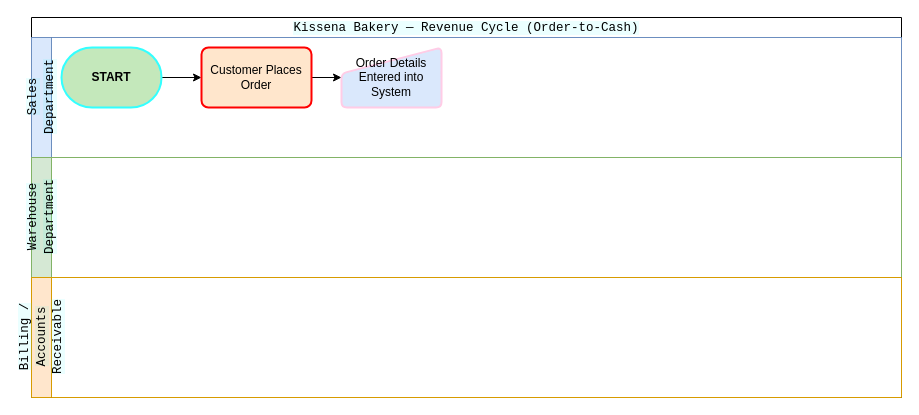
haydn3355/drawio keeps this draw.io diagram as Revenue_Cycle_Controls.drawio. Above is the earlier version. Source tidied: cells renumbered, new cells numbered last; positions are measured from the earlier drawing's top-left corner, leaving out a move shared by most shapes. Both pictures are drawn from the tidied source at 100%, with x=0, y=0 at pixel (31, 17).
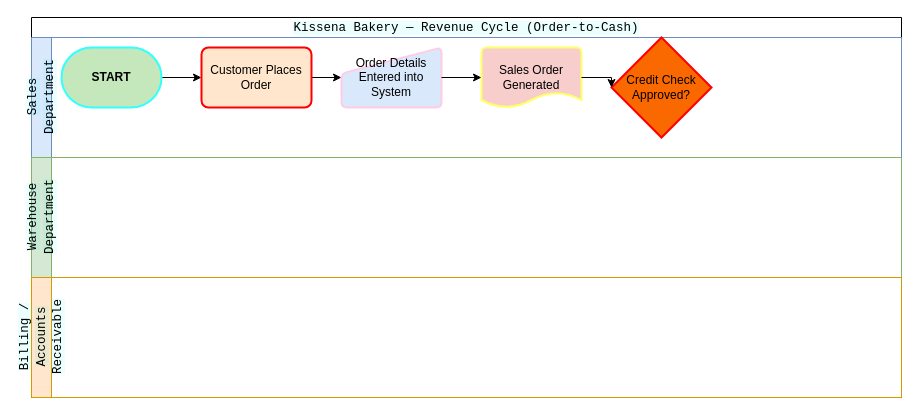
The same page after the edit.

The edit, as a diff of the source:
```diff
@@
 <mxGraphModel>
   <root>
     <mxCell id="0" />
     <mxCell id="1" parent="0" />
     <mxCell id="2" value="&lt;span style=&quot;font-family: &amp;quot;Share Tech Mono&amp;quot;, monospace; font-size: 12.512px; font-weight: 400; text-align: start; background-color: rgba(0, 245, 255, 0.08);&quot;&gt;&lt;font style=&quot;color: rgb(0, 0, 0);&quot;&gt;Kissena Bakery — Revenue Cycle (Order-to-Cash)&lt;/font&gt;&lt;/span&gt;" style="swimlane;html=1;horizontal=1;startSize=20;whiteSpace=wrap;" parent="1" vertex="1">
       <mxGeometry width="870" height="380" as="geometry" />
     </mxCell>
     <mxCell id="3" value="&lt;span style=&quot;font-family: &amp;quot;Share Tech Mono&amp;quot;, monospace; font-size: 12.512px; font-weight: 400; text-align: start; text-wrap-mode: wrap; background-color: rgba(0, 245, 255, 0.08);&quot;&gt;&lt;font style=&quot;color: rgb(0, 0, 0);&quot;&gt;Sales Department&lt;/font&gt;&lt;/span&gt;" style="swimlane;html=1;startSize=20;horizontal=0;fillColor=#dae8fc;strokeColor=#6c8ebf;" parent="2" vertex="1">
       <mxGeometry y="20" width="870" height="120" as="geometry" />
     </mxCell>
     <mxCell id="4" style="edgeStyle=orthogonalEdgeStyle;rounded=0;jettySize=auto;html=1;exitX=1;exitY=0.5;exitDx=0;exitDy=0;exitPerimeter=0;entryX=0;entryY=0.5;entryDx=0;entryDy=0;" parent="3" edge="1" source="5" target="7">
       <mxGeometry relative="1" as="geometry" />
     </mxCell>
     <mxCell id="5" value="&lt;b&gt;START&lt;/b&gt;" style="strokeWidth=2;html=1;shape=mxgraph.flowchart.terminator;whiteSpace=wrap;fillColor=#C4E8BB;strokeColor=#33FFFF;" parent="3" vertex="1">
       <mxGeometry x="30" y="10" width="100" height="60" as="geometry" />
     </mxCell>
     <mxCell id="6" style="edgeStyle=orthogonalEdgeStyle;rounded=0;jettySize=auto;html=1;exitX=1;exitY=0.5;exitDx=0;exitDy=0;entryX=0;entryY=0.5;entryDx=0;entryDy=0;" parent="3" edge="1" source="7" target="8">
       <mxGeometry relative="1" as="geometry" />
     </mxCell>
     <mxCell id="7" value="Customer Places Order" style="rounded=1;whiteSpace=wrap;html=1;absoluteArcSize=1;arcSize=14;strokeWidth=2;fillColor=#ffe6cc;strokeColor=#FF0000;" parent="3" vertex="1">
       <mxGeometry x="170" y="10" width="110" height="60" as="geometry" />
     </mxCell>
     <mxCell id="8" value="&lt;font&gt;Order Details Entered into System&lt;/font&gt;" style="html=1;strokeWidth=2;shape=manualInput;whiteSpace=wrap;rounded=1;size=26;arcSize=11;fillColor=#dae8fc;strokeColor=#FFCCE6;" parent="3" vertex="1">
       <mxGeometry x="310" y="10" width="100" height="60" as="geometry" />
     </mxCell>
+    <mxCell id="11" value="Sales Order Generated" style="strokeWidth=2;html=1;shape=mxgraph.flowchart.document2;whiteSpace=wrap;size=0.25;fillColor=#f8cecc;strokeColor=#FFFF66;" parent="3" vertex="1">
+      <mxGeometry x="450" y="10" width="100" height="60" as="geometry" />
+    </mxCell>
+    <mxCell id="12" style="edgeStyle=orthogonalEdgeStyle;rounded=0;jettySize=auto;html=1;exitX=1;exitY=0.5;exitDx=0;exitDy=0;entryX=0;entryY=0.5;entryDx=0;entryDy=0;entryPerimeter=0;" parent="3" edge="1" source="8" target="11">
+      <mxGeometry relative="1" as="geometry" />
+    </mxCell>
+    <mxCell id="13" value="Credit Check Approved?" style="strokeWidth=2;html=1;shape=mxgraph.flowchart.decision;whiteSpace=wrap;fillColor=#fa6800;fontColor=#000000;strokeColor=#FF0000;" parent="3" vertex="1">
+      <mxGeometry x="580" width="100" height="100" as="geometry" />
+    </mxCell>
+    <mxCell id="14" style="edgeStyle=orthogonalEdgeStyle;rounded=0;jettySize=auto;html=1;exitX=1;exitY=0.5;exitDx=0;exitDy=0;exitPerimeter=0;entryX=0;entryY=0.5;entryDx=0;entryDy=0;entryPerimeter=0;" parent="3" edge="1" source="11" target="13">
+      <mxGeometry relative="1" as="geometry" />
+    </mxCell>
     <mxCell id="9" value="&lt;span style=&quot;font-family: &amp;quot;Share Tech Mono&amp;quot;, monospace; font-size: 12.512px; font-weight: 400; text-align: start; text-wrap-mode: wrap; background-color: rgba(0, 245, 255, 0.08);&quot;&gt;&lt;font style=&quot;color: rgb(0, 0, 0);&quot;&gt;Warehouse Department&lt;/font&gt;&lt;/span&gt;" style="swimlane;html=1;startSize=20;horizontal=0;fillColor=#d5e8d4;strokeColor=#82b366;" parent="2" vertex="1">
       <mxGeometry y="140" width="870" height="120" as="geometry" />
     </mxCell>
     <mxCell id="10" value="&lt;span style=&quot;font-family: &amp;quot;Share Tech Mono&amp;quot;, monospace; font-size: 12.512px; font-weight: 400; text-align: start; text-wrap-mode: wrap; background-color: rgba(0, 245, 255, 0.08);&quot;&gt;&lt;font style=&quot;color: rgb(0, 0, 0);&quot;&gt;Billing / Accounts Receivable&lt;/font&gt;&lt;/span&gt;" style="swimlane;html=1;startSize=20;horizontal=0;fillColor=#ffe6cc;strokeColor=#d79b00;" parent="2" vertex="1">
       <mxGeometry y="260" width="870" height="120" as="geometry" />
     </mxCell>
   </root>
 </mxGraphModel>
```
